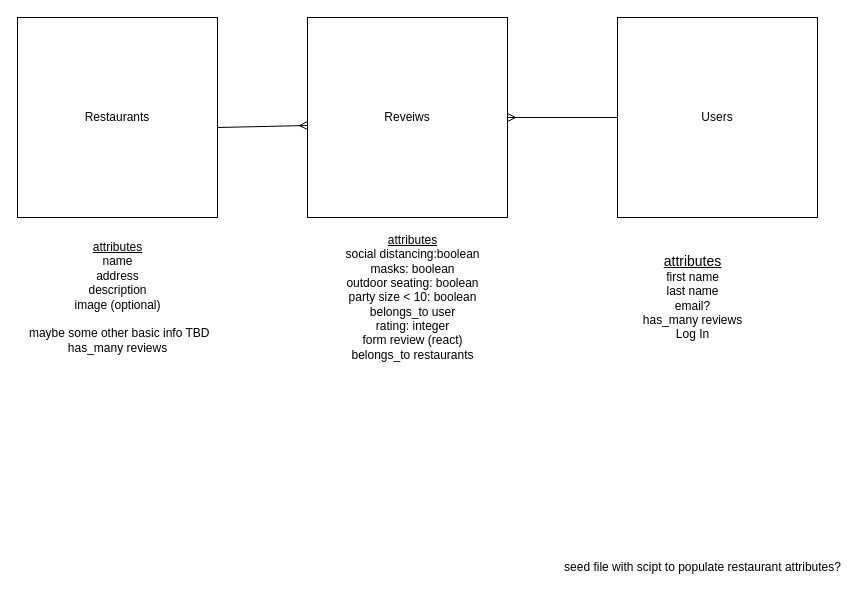
This is Review-site.drawio from samlawhon/covid-vibes, a draw.io file, before an edit. Source tidied: cells renumbered, new cells numbered last; positions are measured from the earlier drawing's top-left corner, leaving out a move shared by most shapes. Both pictures are drawn from the tidied source at 100%, with x=0, y=0 at pixel (17, 17).
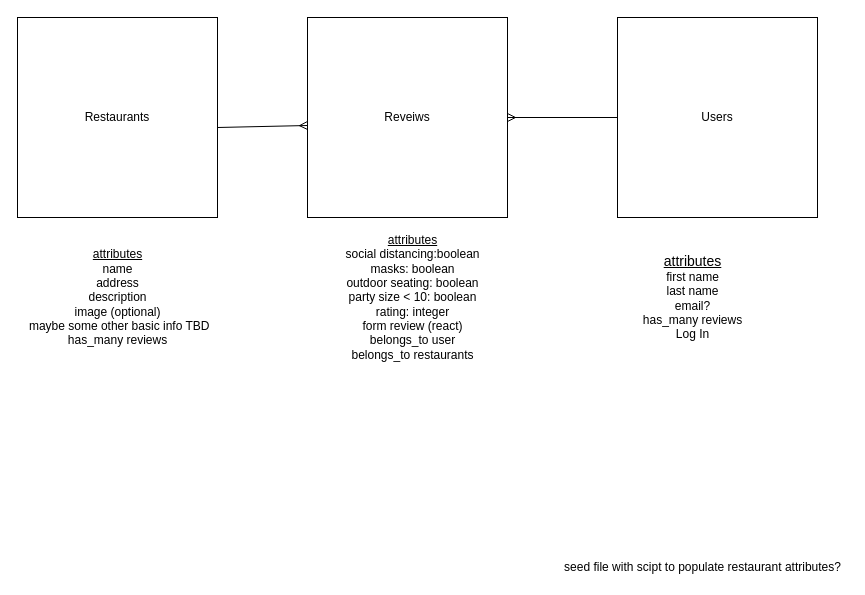
The same diagram, later.

What changed in the source:
```diff
@@
 <mxGraphModel>
   <root>
     <mxCell id="0" />
     <mxCell id="1" parent="0" />
     <mxCell id="2" value="Restaurants" style="whiteSpace=wrap;html=1;" parent="1" vertex="1">
       <mxGeometry width="200" height="200" as="geometry" />
     </mxCell>
     <mxCell id="3" value="Reveiws" style="whiteSpace=wrap;html=1;" parent="1" vertex="1">
       <mxGeometry x="290" width="200" height="200" as="geometry" />
     </mxCell>
     <mxCell id="4" style="endArrow=ERmany;html=1;endFill=0;" parent="1" edge="1">
       <mxGeometry relative="1" as="geometry">
         <mxPoint x="200" y="110" as="sourcePoint" />
         <mxPoint x="290" y="108" as="targetPoint" />
       </mxGeometry>
     </mxCell>
-    <mxCell id="5" value="&lt;u&gt;attributes&lt;br&gt;&lt;/u&gt;name&lt;br&gt;address&lt;br&gt;description&lt;br&gt;image (optional)&lt;br&gt;&lt;br&gt;&amp;nbsp;maybe some other basic info TBD&lt;br&gt;has_many reviews" style="text;html=1;align=center;verticalAlign=middle;" parent="1" vertex="1">
-      <mxGeometry y="220" width="200" height="120" as="geometry" />
+    <mxCell id="5" value="&lt;u&gt;attributes&lt;br&gt;&lt;/u&gt;name&lt;br&gt;address&lt;br&gt;description&lt;br&gt;image (optional)&lt;br&gt;&amp;nbsp;maybe some other basic info TBD&lt;br&gt;has_many reviews" style="text;html=1;align=center;verticalAlign=middle;" parent="1" vertex="1">
+      <mxGeometry y="230" width="200" height="100" as="geometry" />
     </mxCell>
-    <mxCell id="6" value="&lt;u&gt;attributes&lt;br&gt;&lt;/u&gt;social distancing:boolean&lt;br&gt;masks: boolean&lt;br&gt;outdoor seating: boolean&lt;br&gt;party size &amp;lt; 10: boolean&lt;br&gt;belongs_to user&lt;br&gt;rating: integer&lt;br&gt;form review (react)&lt;br&gt;belongs_to restaurants" style="text;html=1;align=center;verticalAlign=middle;" parent="1" vertex="1">
+    <mxCell id="6" value="&lt;u&gt;attributes&lt;br&gt;&lt;/u&gt;social distancing:boolean&lt;br&gt;masks: boolean&lt;br&gt;outdoor seating: boolean&lt;br&gt;party size &amp;lt; 10: boolean&lt;br&gt;rating: integer&lt;br&gt;form review (react)&lt;br&gt;belongs_to user&lt;br&gt;belongs_to restaurants" style="text;html=1;align=center;verticalAlign=middle;" parent="1" vertex="1">
       <mxGeometry x="320" y="215" width="150" height="130" as="geometry" />
     </mxCell>
     <mxCell id="7" value="seed file with scipt to populate restaurant attributes?" style="text;html=1;align=center;verticalAlign=middle;" parent="1" vertex="1">
       <mxGeometry x="540" y="540" width="290" height="20" as="geometry" />
     </mxCell>
     <mxCell id="8" style="edgeStyle=orthogonalEdgeStyle;rounded=0;jettySize=auto;html=1;exitX=0;exitY=0.5;exitDx=0;exitDy=0;endArrow=ERmany;endFill=0;" parent="1" edge="1" source="9" target="3">
       <mxGeometry relative="1" as="geometry">
         <Array as="points">
           <mxPoint x="680" y="100" />
         </Array>
       </mxGeometry>
     </mxCell>
     <mxCell id="9" value="Users" style="whiteSpace=wrap;html=1;" parent="1" vertex="1">
       <mxGeometry x="600" width="200" height="200" as="geometry" />
     </mxCell>
     <mxCell id="10" value="&lt;u&gt;&lt;font style=&quot;font-size: 14px&quot;&gt;attributes&lt;/font&gt;&lt;br&gt;&lt;/u&gt;first name&lt;br&gt;last name&lt;br&gt;email?&lt;br&gt;has_many reviews&lt;br&gt;Log In" style="text;html=1;align=center;verticalAlign=middle;" parent="1" vertex="1">
       <mxGeometry x="620" y="235" width="110" height="90" as="geometry" />
     </mxCell>
   </root>
 </mxGraphModel>
```
